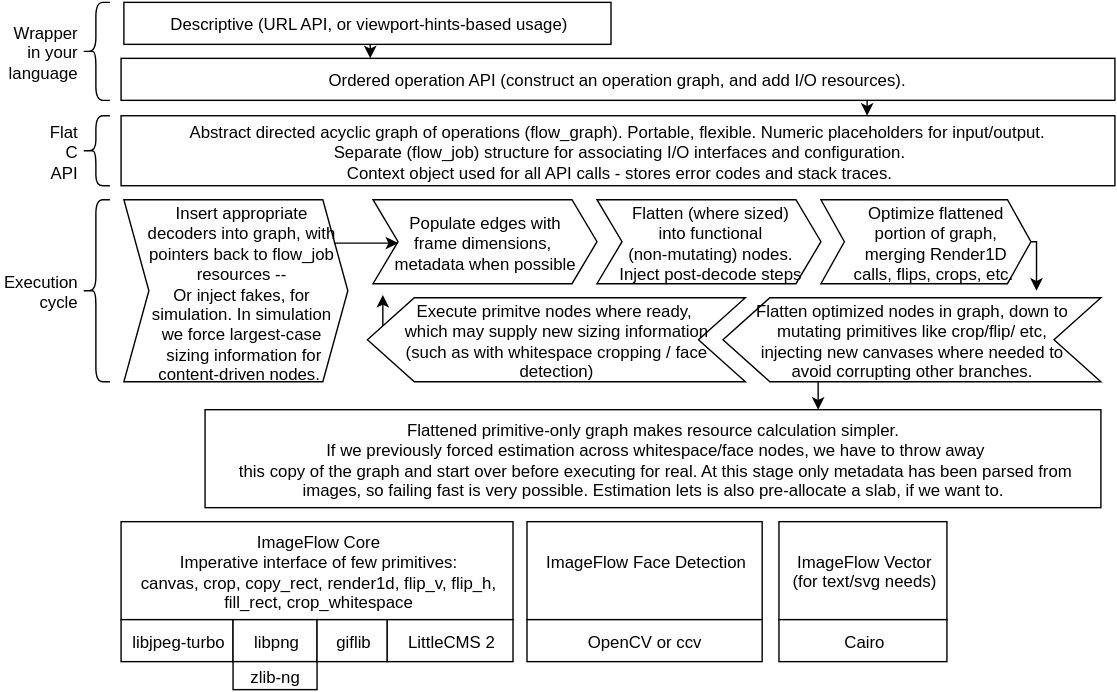
imazen/imageflow keeps this draw.io diagram as docs/ImageFlow_Core.svg. Above is the earlier version. Source tidied: cells renumbered, new cells last; positions are measured from the earlier drawing's top-left corner, leaving out a move shared by most shapes. Source of this version:
```xml
<mxGraphModel background="#ffffff">
  <root>
    <mxCell id="0" />
    <mxCell id="1" parent="0" />
    <mxCell id="2" value="ImageFlow Core&lt;br&gt;Imperative interface of few primitives:&lt;div&gt;canvas, crop, copy_rect, render1d, flip_v, flip_h,&lt;/div&gt;&lt;div&gt;fill_rect, crop_whitespace&lt;br&gt;&lt;/div&gt;" style="whiteSpace=wrap;html=1;" parent="1" vertex="1">
      <mxGeometry x="28" y="371" width="280" height="70" as="geometry" />
    </mxCell>
    <mxCell id="3" value="libjpeg-turbo" style="whiteSpace=wrap;html=1;" parent="1" vertex="1">
      <mxGeometry x="28" y="441" width="80" height="30" as="geometry" />
    </mxCell>
    <mxCell id="4" value="libpng" style="whiteSpace=wrap;html=1;" parent="1" vertex="1">
      <mxGeometry x="108" y="441" width="60" height="30" as="geometry" />
    </mxCell>
    <mxCell id="5" value="ImageFlow Face Detection&lt;div&gt;&lt;br&gt;&lt;/div&gt;" style="whiteSpace=wrap;html=1;" parent="1" vertex="1">
      <mxGeometry x="318" y="371" width="168" height="70" as="geometry" />
    </mxCell>
    <mxCell id="6" value="zlib-ng" style="whiteSpace=wrap;html=1;" parent="1" vertex="1">
      <mxGeometry x="108" y="471" width="60" height="20" as="geometry" />
    </mxCell>
    <mxCell id="7" value="LittleCMS 2" style="whiteSpace=wrap;html=1;" parent="1" vertex="1">
      <mxGeometry x="218" y="441" width="90" height="30" as="geometry" />
    </mxCell>
    <mxCell id="8" value="OpenCV or ccv" style="whiteSpace=wrap;html=1;" parent="1" vertex="1">
      <mxGeometry x="318" y="441" width="168" height="30" as="geometry" />
    </mxCell>
    <mxCell id="9" value="ImageFlow Vector&lt;br&gt;(for text/svg needs)" style="whiteSpace=wrap;html=1;" parent="1" vertex="1">
      <mxGeometry x="498" y="371" width="120" height="70" as="geometry" />
    </mxCell>
    <mxCell id="10" value="Cairo" style="whiteSpace=wrap;html=1;" parent="1" vertex="1">
      <mxGeometry x="498" y="441" width="120" height="30" as="geometry" />
    </mxCell>
    <mxCell id="11" style="edgeStyle=orthogonalEdgeStyle;rounded=0;html=1;exitX=0.5;exitY=1;entryX=0.25;entryY=0;jettySize=auto;" parent="1" edge="1" source="12" target="14">
      <mxGeometry relative="1" as="geometry" />
    </mxCell>
    <mxCell id="12" value="Descriptive (URL API, or viewport-hints-based usage)" style="whiteSpace=wrap;html=1;" parent="1" vertex="1">
      <mxGeometry x="30" width="348" height="30" as="geometry" />
    </mxCell>
    <mxCell id="13" style="edgeStyle=orthogonalEdgeStyle;rounded=0;html=1;exitX=0.75;exitY=1;entryX=0.75;entryY=0;jettySize=auto;" parent="1" edge="1" source="14" target="15">
      <mxGeometry relative="1" as="geometry" />
    </mxCell>
    <mxCell id="14" value="Ordered operation API (construct an operation graph, and add I/O resources).&amp;nbsp;" style="whiteSpace=wrap;html=1;" parent="1" vertex="1">
      <mxGeometry x="28" y="40" width="710" height="30" as="geometry" />
    </mxCell>
    <mxCell id="15" value="Abstract directed acyclic graph of operations (flow_graph). Portable, flexible. Numeric placeholders for input/output.&amp;nbsp;&lt;br&gt;Separate (flow_job) structure for associating I/O interfaces and configuration.&lt;div&gt;Context object used for all API calls - stores error codes and stack traces.&lt;/div&gt;" style="whiteSpace=wrap;html=1;" parent="1" vertex="1">
      <mxGeometry x="28" y="81" width="710" height="50" as="geometry" />
    </mxCell>
    <mxCell id="16" value="Populate edges with&lt;div&gt;frame dimensions,&amp;nbsp;&lt;/div&gt;&lt;div&gt;metadata when possible&lt;/div&gt;" style="shape=step;whiteSpace=wrap;html=1;size=0.11166666666666666;" parent="1" vertex="1">
      <mxGeometry x="208" y="141" width="160" height="60" as="geometry" />
    </mxCell>
    <mxCell id="17" style="edgeStyle=orthogonalEdgeStyle;rounded=0;html=1;exitX=1;exitY=0.5;exitPerimeter=0;entryX=0.17;entryY=-0.083;entryPerimeter=0;jettySize=auto;" parent="1" edge="1" source="18" target="22">
      <mxGeometry relative="1" as="geometry">
        <Array as="points">
          <mxPoint x="682" y="171" />
        </Array>
      </mxGeometry>
    </mxCell>
    <mxCell id="18" value="Optimize flattened portion of graph, merging&amp;nbsp;&lt;span style=&quot;line-height: 1.2&quot;&gt;Render1D calls, flips, crops, etc.&lt;/span&gt;&lt;span style=&quot;line-height: 1.2&quot;&gt;&amp;nbsp;&lt;/span&gt;" style="shape=step;whiteSpace=wrap;html=1;size=0.11166666666666666;spacingLeft=16;" parent="1" vertex="1">
      <mxGeometry x="528" y="141" width="150" height="60" as="geometry" />
    </mxCell>
    <mxCell id="19" value="Flatten (where sized)&lt;div&gt;into functional&lt;div&gt;(non-mutating) nodes.&lt;/div&gt;&lt;div&gt;Inject post-decode steps&lt;/div&gt;&lt;/div&gt;" style="shape=step;whiteSpace=wrap;html=1;size=0.11166666666666666;" parent="1" vertex="1">
      <mxGeometry x="368" y="141" width="160" height="60" as="geometry" />
    </mxCell>
    <mxCell id="20" style="edgeStyle=orthogonalEdgeStyle;rounded=0;html=1;exitX=0.75;exitY=1;jettySize=auto;" parent="1" edge="1" source="22">
      <mxGeometry relative="1" as="geometry">
        <mxPoint x="526" y="291" as="targetPoint" />
      </mxGeometry>
    </mxCell>
    <mxCell id="21" value="&lt;div&gt;&lt;div&gt;&lt;br&gt;&lt;/div&gt;&lt;/div&gt;" style="text;html=1;align=center;verticalAlign=middle;labelBackgroundColor=#ffffff;" parent="20" vertex="1">
      <mxGeometry x="0.07" y="6" relative="1" as="geometry">
        <mxPoint x="61" y="34" as="offset" />
      </mxGeometry>
    </mxCell>
    <mxCell id="22" value="Flatten optimized nodes in graph, down to mutating primitives like crop/flip/ etc, injecting new canvases where needed to avoid corrupting other branches." style="shape=step;whiteSpace=wrap;html=1;fontSize=12;size=0.12407407407407407;flipH=1;spacingLeft=16;spacingRight=16;" parent="1" vertex="1">
      <mxGeometry x="458" y="211" width="270" height="60" as="geometry" />
    </mxCell>
    <mxCell id="23" value="Wrapper in your language&lt;br&gt;" style="shape=curlyBracket;whiteSpace=wrap;html=1;rounded=1;fontSize=12;labelPosition=left;verticalLabelPosition=middle;align=right;verticalAlign=middle;" parent="1" vertex="1">
      <mxGeometry width="20" height="70" as="geometry" />
    </mxCell>
    <mxCell id="24" value="Flat C API&lt;br&gt;" style="shape=curlyBracket;whiteSpace=wrap;html=1;rounded=1;fontSize=12;labelPosition=left;verticalLabelPosition=middle;align=right;verticalAlign=middle;" parent="1" vertex="1">
      <mxGeometry y="81" width="20" height="50" as="geometry" />
    </mxCell>
    <mxCell id="25" style="edgeStyle=orthogonalEdgeStyle;rounded=0;html=1;exitX=0.25;exitY=0.2;exitPerimeter=0;entryX=0.25;entryY=0.2;entryPerimeter=0;jettySize=auto;orthogonalLoop=1;" parent="1" edge="1" source="24" target="24">
      <mxGeometry relative="1" as="geometry" />
    </mxCell>
    <mxCell id="26" style="edgeStyle=orthogonalEdgeStyle;rounded=0;html=1;exitX=1;exitY=0.5;exitPerimeter=0;entryX=0.113;entryY=0.517;entryPerimeter=0;jettySize=auto;" parent="1" edge="1" source="27" target="16">
      <mxGeometry relative="1" as="geometry">
        <Array as="points">
          <mxPoint x="170" y="172" />
        </Array>
      </mxGeometry>
    </mxCell>
    <mxCell id="27" value="Insert appropriate decoders into graph, with pointers back to flow_job resources --&lt;br&gt;Or inject fakes, for simulation. In simulation we force largest-case &amp;nbsp;sizing information for content-driven nodes.&amp;nbsp;&lt;br&gt;" style="shape=step;whiteSpace=wrap;html=1;size=0.11166666666666666;spacingLeft=16;spacingRight=8;" parent="1" vertex="1">
      <mxGeometry x="30" y="141" width="160" height="130" as="geometry" />
    </mxCell>
    <mxCell id="28" value="Exec&lt;span style=&quot;line-height: 1.2&quot;&gt;ution cycle&lt;/span&gt;" style="shape=curlyBracket;whiteSpace=wrap;html=1;rounded=1;fontSize=12;labelPosition=left;verticalLabelPosition=middle;align=right;verticalAlign=middle;" parent="1" vertex="1">
      <mxGeometry y="141" width="20" height="130" as="geometry" />
    </mxCell>
    <mxCell id="29" style="edgeStyle=orthogonalEdgeStyle;rounded=0;html=1;exitX=0.9;exitY=0.75;exitPerimeter=0;entryX=0.9;entryY=0.75;entryPerimeter=0;jettySize=auto;orthogonalLoop=1;" parent="1" edge="1" source="18" target="18">
      <mxGeometry relative="1" as="geometry" />
    </mxCell>
    <mxCell id="30" style="edgeStyle=orthogonalEdgeStyle;rounded=0;html=1;exitX=1;exitY=0.5;exitPerimeter=0;entryX=0.044;entryY=1.133;entryPerimeter=0;jettySize=auto;" parent="1" edge="1" source="31" target="16">
      <mxGeometry relative="1" as="geometry" />
    </mxCell>
    <mxCell id="31" value="Execute primitve nodes where ready,&amp;nbsp;&lt;div&gt;which may supply new sizing information&lt;br&gt;&lt;/div&gt;&lt;div&gt;(such as with whitespace cropping / face detection)&lt;/div&gt;" style="shape=step;whiteSpace=wrap;html=1;fontSize=12;size=0.12407407407407407;flipH=1;spacingLeft=16;spacingRight=16;" parent="1" vertex="1">
      <mxGeometry x="204" y="211" width="270" height="60" as="geometry" />
    </mxCell>
    <mxCell id="32" value="&lt;span&gt;Flattened primitive-only graph makes resource calculation simpler.&lt;/span&gt;&lt;div&gt;&amp;nbsp;If we previously forced estimation across whitespace/face nodes, we have to throw away&lt;/div&gt;&lt;div&gt;&amp;nbsp;this copy of the graph and start over before executing for real. At this stage only metadata has been parsed from&lt;br&gt;images, so failing fast is very possible. Estimation lets is also pre-allocate a slab, if we want to.&lt;/div&gt;" style="whiteSpace=wrap;html=1;" parent="1" vertex="1">
      <mxGeometry x="88" y="291" width="640" height="70" as="geometry" />
    </mxCell>
    <mxCell id="33" value="giflib" style="whiteSpace=wrap;html=1;" parent="1" vertex="1">
      <mxGeometry x="168" y="441" width="50" height="30" as="geometry" />
    </mxCell>
    <mxCell id="34" style="edgeStyle=orthogonalEdgeStyle;rounded=0;html=1;exitX=0.25;exitY=1;entryX=0.25;entryY=1;jettySize=auto;orthogonalLoop=1;" parent="1" edge="1" source="7" target="7">
      <mxGeometry relative="1" as="geometry" />
    </mxCell>
  </root>
</mxGraphModel>
```
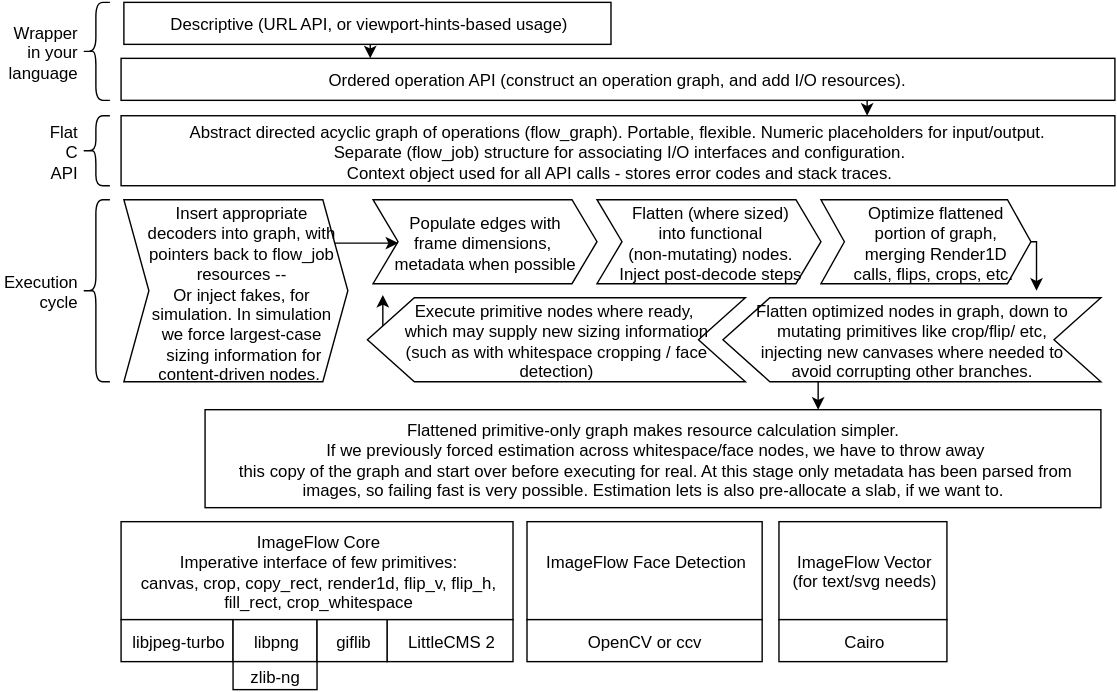
Later version of the same file.

Commit message:
spelling: primitive

The edit, as a diff of the source:
```diff
@@ -101,7 +101,7 @@
     <mxCell id="30" style="edgeStyle=orthogonalEdgeStyle;rounded=0;html=1;exitX=1;exitY=0.5;exitPerimeter=0;entryX=0.044;entryY=1.133;entryPerimeter=0;jettySize=auto;" parent="1" edge="1" source="31" target="16">
       <mxGeometry relative="1" as="geometry" />
     </mxCell>
-    <mxCell id="31" value="Execute primitve nodes where ready,&amp;nbsp;&lt;div&gt;which may supply new sizing information&lt;br&gt;&lt;/div&gt;&lt;div&gt;(such as with whitespace cropping / face detection)&lt;/div&gt;" style="shape=step;whiteSpace=wrap;html=1;fontSize=12;size=0.12407407407407407;flipH=1;spacingLeft=16;spacingRight=16;" parent="1" vertex="1">
+    <mxCell id="31" value="Execute primitive nodes where ready,&amp;nbsp;&lt;div&gt;which may supply new sizing information&lt;br&gt;&lt;/div&gt;&lt;div&gt;(such as with whitespace cropping / face detection)&lt;/div&gt;" style="shape=step;whiteSpace=wrap;html=1;fontSize=12;size=0.12407407407407407;flipH=1;spacingLeft=16;spacingRight=16;" parent="1" vertex="1">
       <mxGeometry x="204" y="211" width="270" height="60" as="geometry" />
     </mxCell>
     <mxCell id="32" value="&lt;span&gt;Flattened primitive-only graph makes resource calculation simpler.&lt;/span&gt;&lt;div&gt;&amp;nbsp;If we previously forced estimation across whitespace/face nodes, we have to throw away&lt;/div&gt;&lt;div&gt;&amp;nbsp;this copy of the graph and start over before executing for real. At this stage only metadata has been parsed from&lt;br&gt;images, so failing fast is very possible. Estimation lets is also pre-allocate a slab, if we want to.&lt;/div&gt;" style="whiteSpace=wrap;html=1;" parent="1" vertex="1">
```
